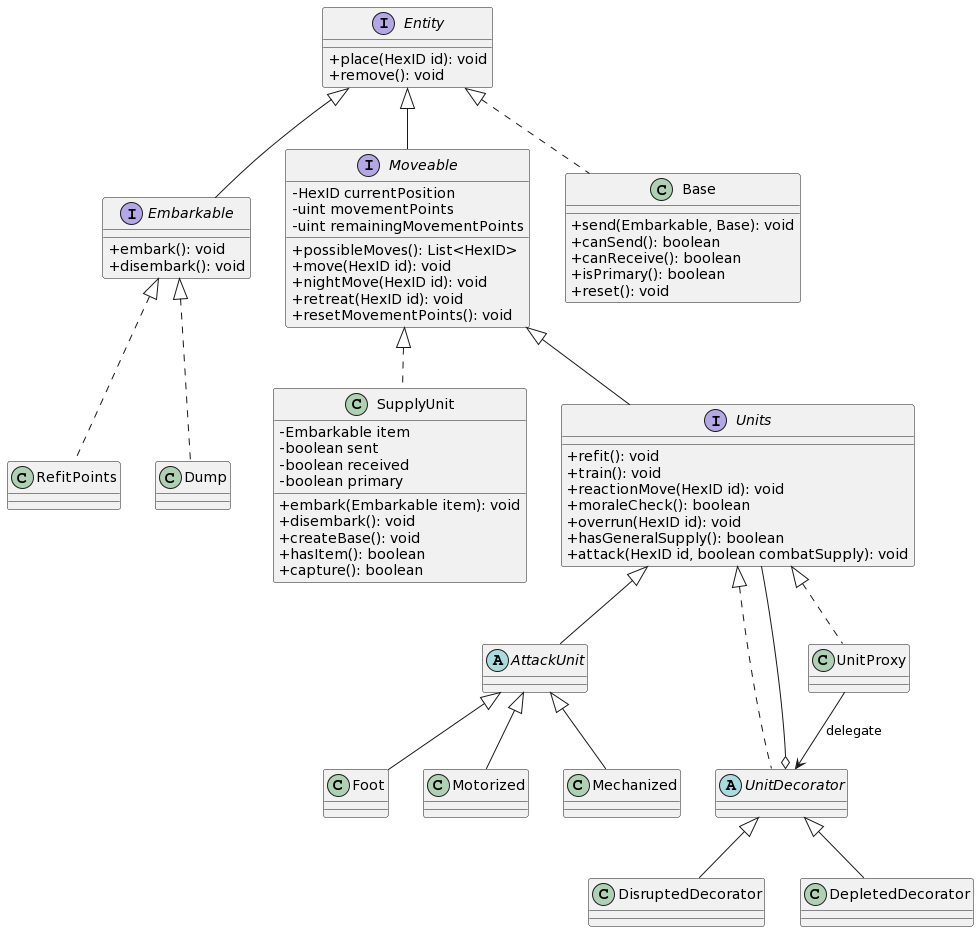
VernonRoche/Desert-Fox keeps this PlantUML diagram as docs/architecture/uml_entityV4.png. Above is the earlier version. Its diagram source:
```plantuml
@startuml
skinparam classAttributeIconSize 0
interface Entity{
+place(HexID id): void
+remove(): void
}

interface Embarkable{
+embark(): void
+disembark(): void
}

abstract Moveable{
-HexID currentPosition
-uint movementPoints
-uint remainingMovementPoints
+possibleMoves(): List<HexID>
+move(HexID id): void
+nightMove(HexID id): void
+retreat(HexID id): void
+resetMovementPoints(): void
}

class Base{
+send(Embarkable, Base): void
+canSend(): boolean
+canReceive(): boolean
+isPrimary(): boolean
+reset(): void
}

abstract AttackUnit{

}

class SupplyUnit{
-Embarkable item
-boolean sent
-boolean received
-boolean primary
+embark(Embarkable item): void
+disembark(): void
+createBase(): void
+hasItem(): boolean
+capture(): boolean
}

interface Units{
+refit(): void
+train(): void
+reactionMove(HexID id): void
+moraleCheck(): boolean
+overrun(HexID id): void
+hasGeneralSupply(): boolean
+attack(HexID id, boolean combatSupply): void
}

interface Embarkable extends Entity
class RefitPoints implements Embarkable
class Dump implements Embarkable

interface Moveable extends Entity
interface Units extends Moveable

abstract AttackUnit extends Units

class Base implements Entity

class Foot extends AttackUnit
class Motorized extends AttackUnit
class Mechanized extends AttackUnit

abstract UnitDecorator implements Units
UnitDecorator o-- Units
class DisruptedDecorator extends UnitDecorator
class DepletedDecorator extends UnitDecorator

class UnitProxy implements Units
UnitProxy --> UnitDecorator : delegate

class SupplyUnit implements Moveable
@enduml
```
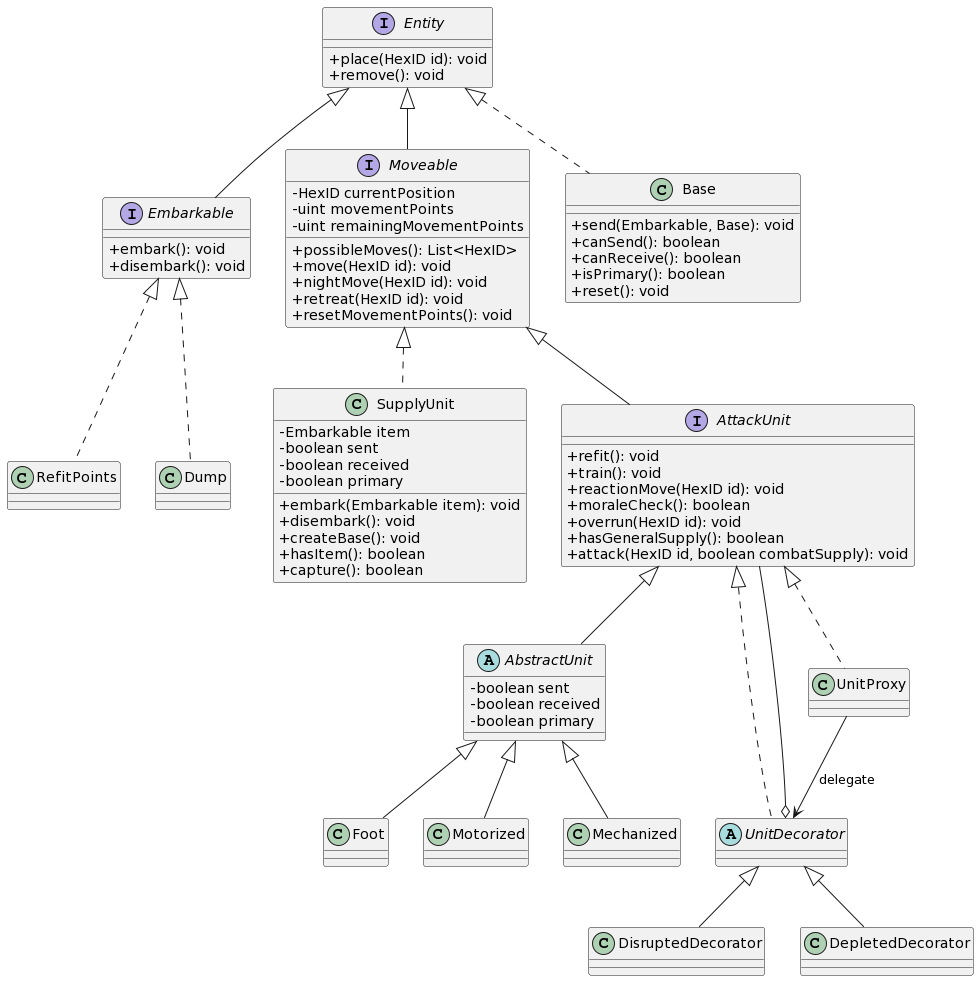
The same diagram one commit later.

Commit message:
rename unit to attackUnit on uml entity

Change to the diagram source:
```diff
@@ -29,8 +29,10 @@
 +reset(): void
 }
 
-abstract AttackUnit{
-
+abstract AbstractUnit{
+-boolean sent
+-boolean received
+-boolean primary
 }
 
 class SupplyUnit{
@@ -45,7 +47,7 @@
 +capture(): boolean
 }
 
-interface Units{
+interface AttackUnit{
 +refit(): void
 +train(): void
 +reactionMove(HexID id): void
@@ -60,22 +62,22 @@
 class Dump implements Embarkable
 
 interface Moveable extends Entity
-interface Units extends Moveable
+interface AttackUnit extends Moveable
 
-abstract AttackUnit extends Units
+abstract AbstractUnit extends AttackUnit
 
 class Base implements Entity
 
-class Foot extends AttackUnit
-class Motorized extends AttackUnit
-class Mechanized extends AttackUnit
+class Foot extends AbstractUnit
+class Motorized extends AbstractUnit
+class Mechanized extends AbstractUnit
 
-abstract UnitDecorator implements Units
-UnitDecorator o-- Units
+abstract UnitDecorator implements AttackUnit
+UnitDecorator o-- AttackUnit
 class DisruptedDecorator extends UnitDecorator
 class DepletedDecorator extends UnitDecorator
 
-class UnitProxy implements Units
+class UnitProxy implements AttackUnit
 UnitProxy --> UnitDecorator : delegate
 
 class SupplyUnit implements Moveable
```
